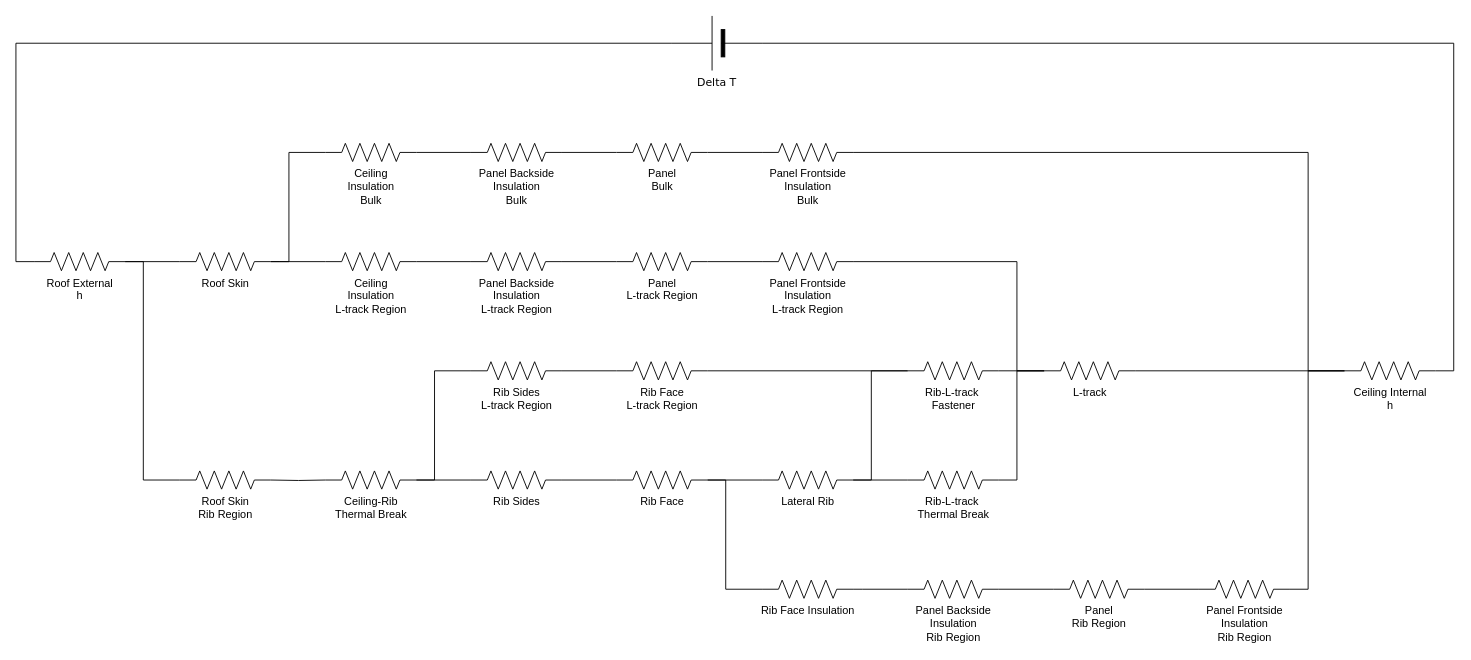
The draw.io diagram envelope/insulation/ceiling_thermal_model.drawio in natecostello/van_two_point_oh, before the edit. Source tidied: cells renumbered, new cells numbered last; positions are measured from the earlier drawing's top-left corner, leaving out a move shared by most shapes. Both pictures are drawn from the tidied source at 91%, with x=0, y=0 at pixel (34, 15).
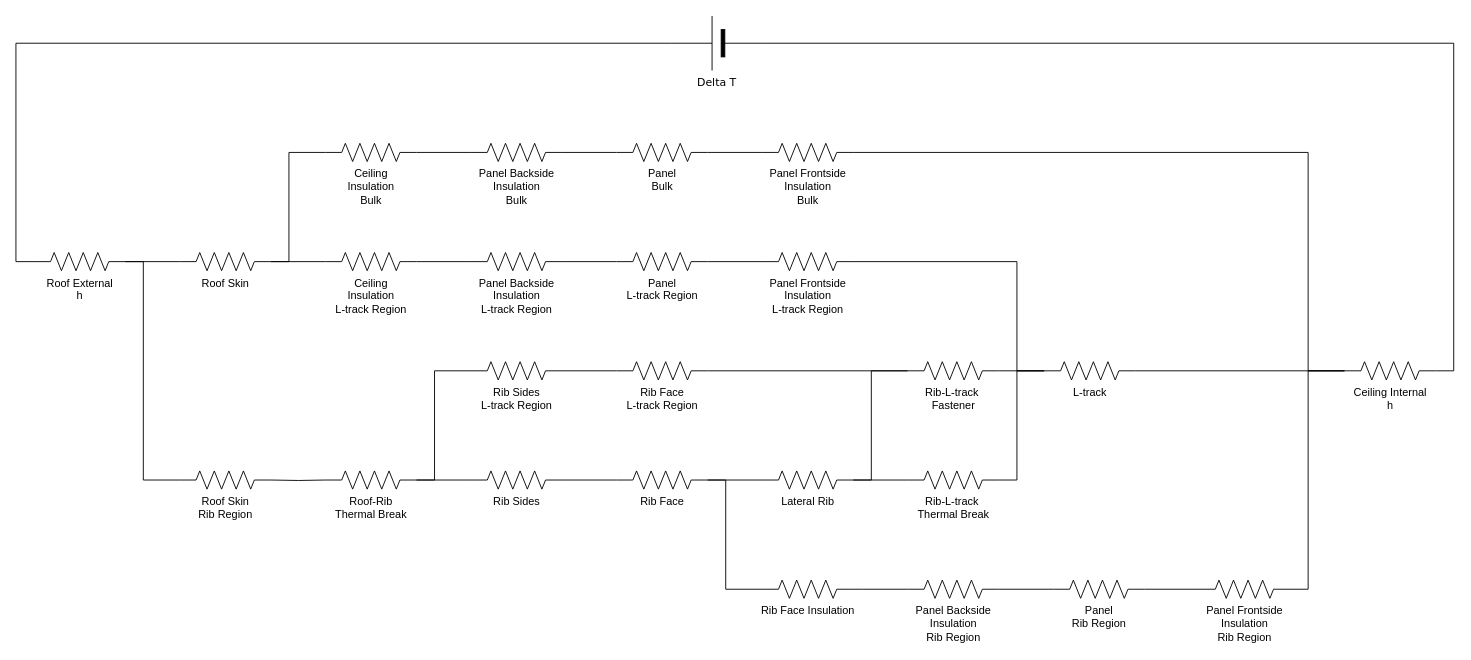
The same page after the edit.

Commit message (it also covers changes not shown here):
updated thermal model

Diff of the diagram source:
```diff
@@
-    <mxCell id="8" value="Ceiling-Rib &lt;br&gt;Thermal Break" style="verticalLabelPosition=bottom;shadow=0;dashed=0;align=center;html=1;verticalAlign=top;shape=mxgraph.electrical.resistors.resistor_2;rotation=0;" parent="1" vertex="1">
+    <mxCell id="8" value="Roof-Rib &lt;br&gt;Thermal Break" style="verticalLabelPosition=bottom;shadow=0;dashed=0;align=center;html=1;verticalAlign=top;shape=mxgraph.electrical.resistors.resistor_2;rotation=0;" parent="1" vertex="1">
       <mxGeometry x="320" y="500" width="100" height="20" as="geometry" />
     </mxCell>
```
